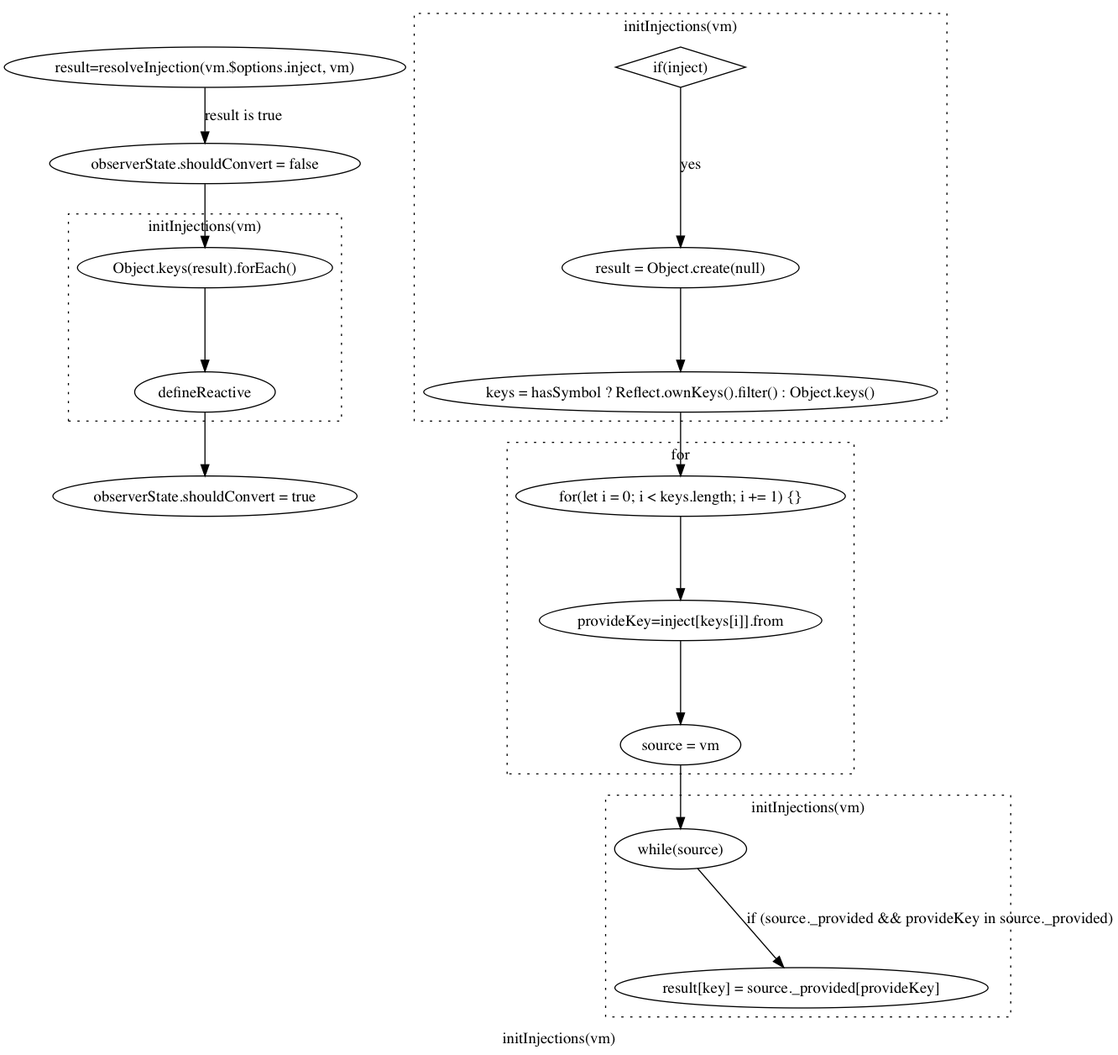
The Graphviz diagram initInjections.png in ltaoo/vueSourceAnalysis, before a commit. Its source is kept beside it as initInjections.gv. The source it was exported from:
```dot
digraph G {
    label="initInjections(vm)"

    getResult [
        label="result=resolveInjection(vm.$options.inject, vm)"
    ]
    setShouldConvert [
        label="observerState.shouldConvert = false"
    ]
    getResult -> setShouldConvert [label="result is true"]

    forKeys [
        label="Object.keys(result).forEach()"
    ]

    setShouldConvert -> forKeys

    subgraph cluster_for {
        graph[style=dotted]
        forKeys -> defineReactive
    }
    resetShouldConvert [
        label="observerState.shouldConvert = true"
    ]
    defineReactive -> resetShouldConvert

    subgraph cluster_resolveRejection {
        graph[style=dotted]
        lable="resolveRejection(inject, vm)"

        ifInject [
            label="if(inject)"
            shape=diamond
        ]

        getNewResult [
            label="result = Object.create(null)"
        ]
        ifInject -> getNewResult [label="yes"]

        getKeys [
            label="keys = hasSymbol ? Reflect.ownKeys().filter() : Object.keys()"
        ]

        getNewResult -> getKeys


    }
    subgraph cluster_walk {
        graph[style=dotted]
        label="for"

        walkKeys [
            label="for(let i = 0; i < keys.length; i += 1) {}"
        ]
        getKeys -> walkKeys
        getProvideKey [
            label="provideKey=inject[keys[i]].from"
        ]
        walkKeys -> getProvideKey

        getSource [
            label="source = vm"
        ]

        getProvideKey -> getSource
    }
    subgraph cluster_walkSource {
        graph[style=dotted]

        walkSource [
            label="while(source)"
        ]
        getSource -> walkSource

        setResult [
            label="result[key] = source._provided[provideKey]"
        ]
        walkSource -> setResult [label="if (source._provided && provideKey in source._provided)"]
    }
}
```
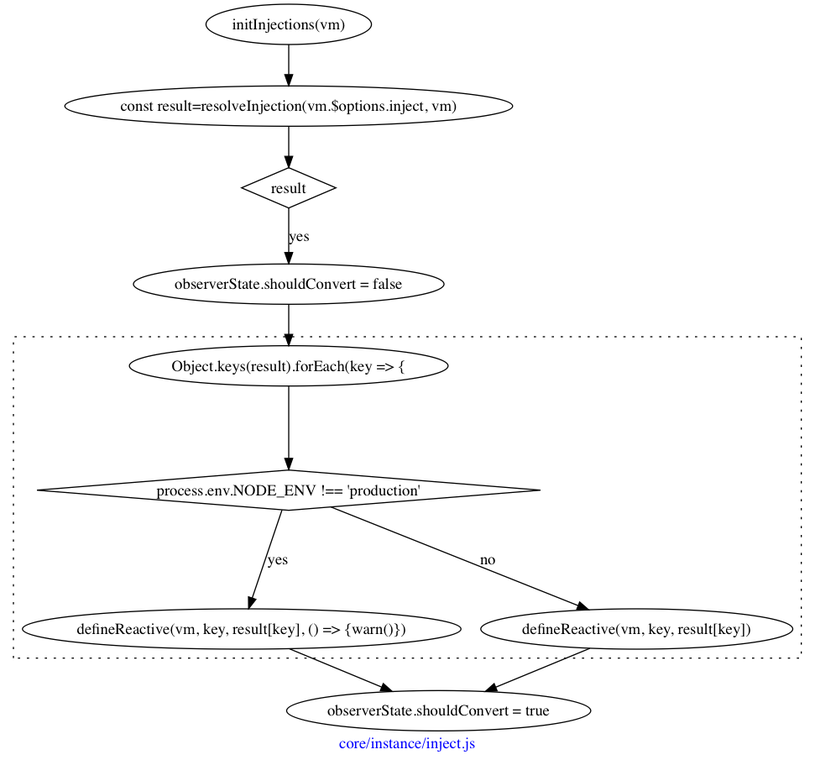
Later version of the same file.

Diff of the diagram source:
```diff
@@ -1,81 +1,55 @@
 digraph G {
-    label="initInjections(vm)"
+    graph [
+        label="core/instance/inject.js"
+        fontcolor=blue
+    ]
 
-    getResult [
-        label="result=resolveInjection(vm.$options.inject, vm)"
+    start [
+        label="initInjections(vm)"
     ]
+
+    varResult [
+        label="const result=resolveInjection(vm.$options.inject, vm)"
+    ]
+    start -> varResult
+    result1 [
+        label="result"
+        shape=diamond
+    ]
+    varResult -> result1
     setShouldConvert [
         label="observerState.shouldConvert = false"
     ]
-    getResult -> setShouldConvert [label="result is true"]
+    result1 -> setShouldConvert [label="yes"]
 
     forKeys [
-        label="Object.keys(result).forEach()"
+        label="Object.keys(result).forEach(key => {"
     ]
 
     setShouldConvert -> forKeys
 
     subgraph cluster_for {
-        graph[style=dotted]
-        forKeys -> defineReactive
+        graph[
+            label=""
+            style=dotted
+        ]
+        notProduction [
+            label="process.env.NODE_ENV !== 'production'"
+            shape=diamond
+        ]
+        forKeys -> notProduction
+        defineReactive1 [
+            label="defineReactive(vm, key, result[key], () => {warn()})"
+        ]
+        notProduction -> defineReactive1 [label="yes"]
+        defineReactive2 [
+            label="defineReactive(vm, key, result[key])"
+        ]
+        notProduction -> defineReactive2 [label="no"]
     }
     resetShouldConvert [
         label="observerState.shouldConvert = true"
     ]
-    defineReactive -> resetShouldConvert
-
-    subgraph cluster_resolveRejection {
-        graph[style=dotted]
-        lable="resolveRejection(inject, vm)"
-
-        ifInject [
-            label="if(inject)"
-            shape=diamond
-        ]
-
-        getNewResult [
-            label="result = Object.create(null)"
-        ]
-        ifInject -> getNewResult [label="yes"]
-
-        getKeys [
-            label="keys = hasSymbol ? Reflect.ownKeys().filter() : Object.keys()"
-        ]
-
-        getNewResult -> getKeys
-
-
-    }
-    subgraph cluster_walk {
-        graph[style=dotted]
-        label="for"
-
-        walkKeys [
-            label="for(let i = 0; i < keys.length; i += 1) {}"
-        ]
-        getKeys -> walkKeys
-        getProvideKey [
-            label="provideKey=inject[keys[i]].from"
-        ]
-        walkKeys -> getProvideKey
-
-        getSource [
-            label="source = vm"
-        ]
-
-        getProvideKey -> getSource
-    }
-    subgraph cluster_walkSource {
-        graph[style=dotted]
-
-        walkSource [
-            label="while(source)"
-        ]
-        getSource -> walkSource
-
-        setResult [
-            label="result[key] = source._provided[provideKey]"
-        ]
-        walkSource -> setResult [label="if (source._provided && provideKey in source._provided)"]
-    }
+    defineReactive1 -> resetShouldConvert
+    defineReactive2 -> resetShouldConvert
 }
```
